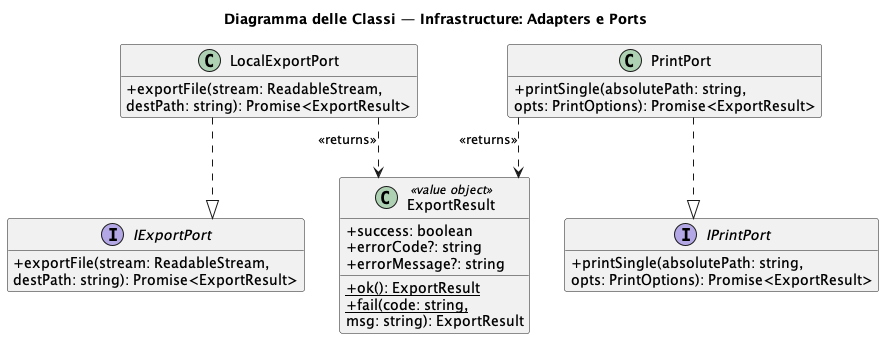
This is out/3_PB/DocumentiEsterni/DiagrammiSpecificaTecnica/C4/C4_backend_Export/Export_IPC_Part3.png from 7-ZPUs/Docs, a PlantUML export, as it was before one commit.
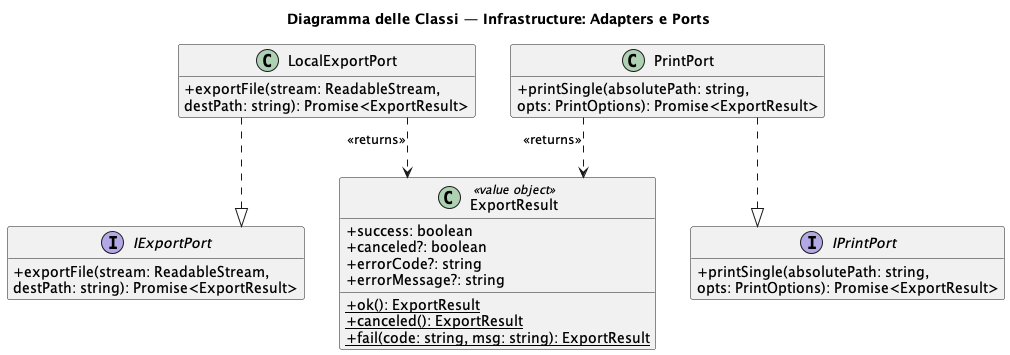
The same diagram one commit later.

Commit message:
Fix parte di Export

Diff of the diagram source:
```diff
@@ -6,32 +6,33 @@
 
 interface IExportPort {
     + exportFile(stream: ReadableStream,
-    destPath: string): Promise<ExportResult>
+     destPath: string): Promise<ExportResult>
 }
 interface IPrintPort {
     + printSingle(absolutePath: string,
-    opts: PrintOptions): Promise<ExportResult>
+     opts: PrintOptions): Promise<ExportResult>
 }
 
 class LocalExportPort {
     + exportFile(stream: ReadableStream,
-    destPath: string): Promise<ExportResult>
+     destPath: string): Promise<ExportResult>
 }
 class PrintPort {
     + printSingle(absolutePath: string,
-    opts: PrintOptions): Promise<ExportResult>
+     opts: PrintOptions): Promise<ExportResult>
 }
 class ExportResult <<value object>> {
     + success: boolean
+    + canceled?: boolean
     + errorCode?: string
     + errorMessage?: string
     + {static} ok(): ExportResult
-    + {static} fail(code: string,
-    msg: string): ExportResult
+    + {static} canceled(): ExportResult
+    + {static} fail(code: string, msg: string): ExportResult
 }
 
-LocalExportPort       ..|> IExportPort
-PrintPort             ..|> IPrintPort
+LocalExportPort ..|> IExportPort
+PrintPort       ..|> IPrintPort
 LocalExportPort ..> ExportResult : <<returns>>
 PrintPort       ..> ExportResult : <<returns>>
 @enduml
```
